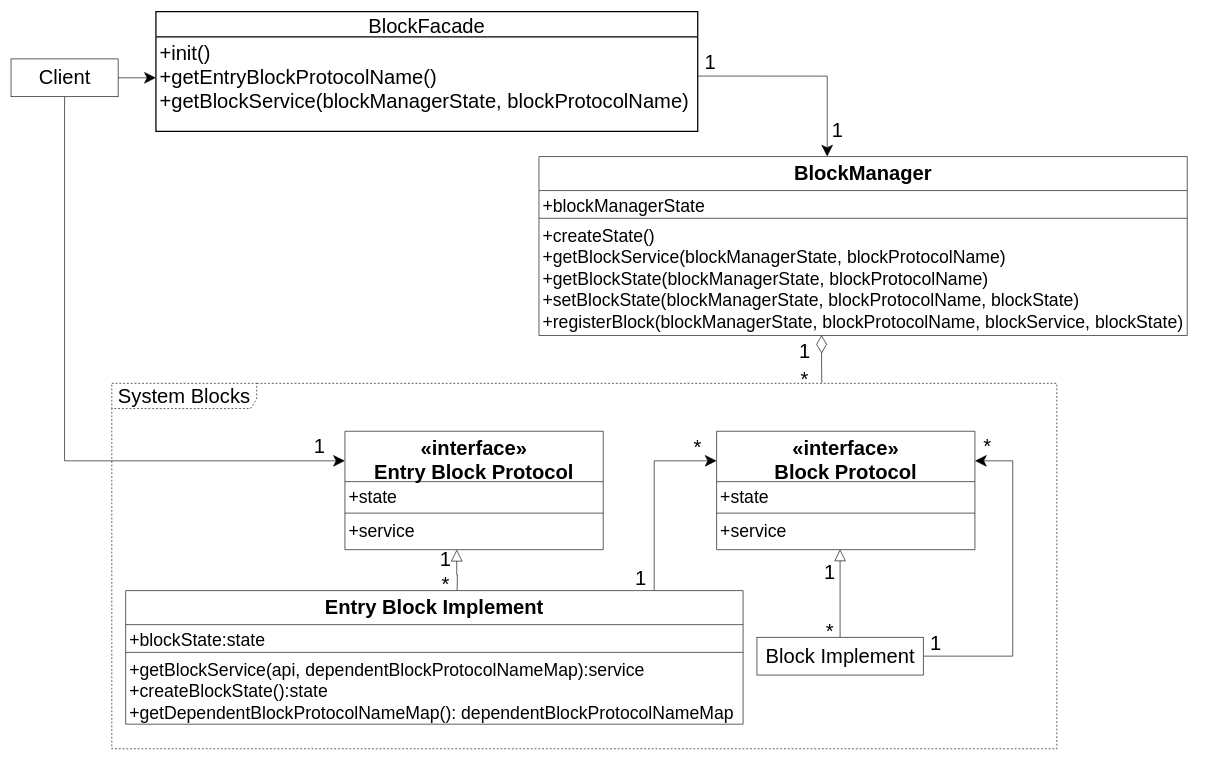
Above: packages/积木模式/role_abstract/UML.drawio in yyc-git/3DProgramPattern (draw.io), before the change. Source tidied: cells renumbered, new cells numbered last; positions are measured from the earlier drawing's top-left corner, leaving out a move shared by most shapes. Both pictures are drawn from the tidied source at 63%, with x=0, y=0 at pixel (11, 11).
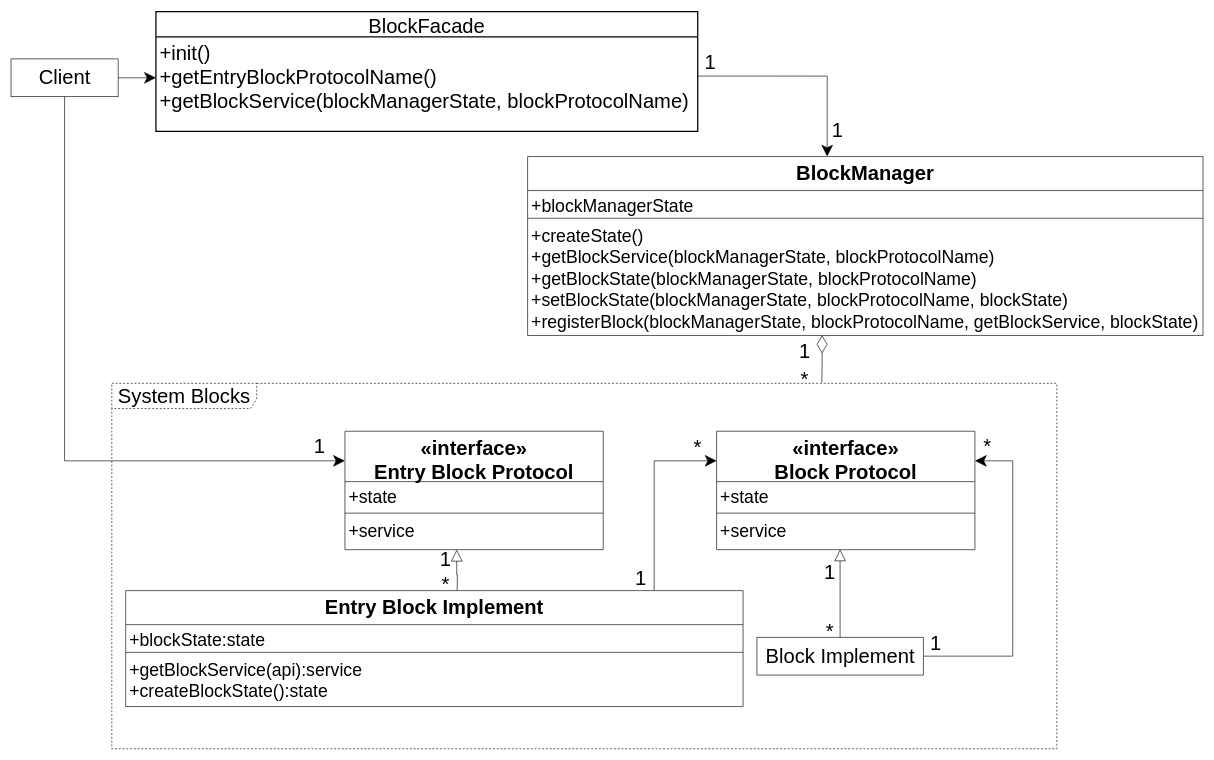
The same page after the edit.

Change to the diagram source:
```diff
@@
     <mxCell id="33" value="Entry Block Implement" style="swimlane;fontStyle=1;align=center;verticalAlign=top;horizontal=1;startSize=54;fontSize=32;" parent="1" vertex="1">
-      <mxGeometry x="182" y="919" width="980" height="212" as="geometry" />
+      <mxGeometry x="182" y="919" width="980" height="184" as="geometry" />
     </mxCell>
@@
-    <mxCell id="36" value="+getBlockService(api, dependentBlockProtocolNameMap):service&#10;+createBlockState():state&#10;+getDependentBlockProtocolNameMap(): dependentBlockProtocolNameMap" style="text;strokeColor=none;fillColor=none;align=left;verticalAlign=top;spacingLeft=4;spacingRight=4;overflow=hidden;fontSize=28;" parent="33" vertex="1">
-      <mxGeometry y="102" width="980" height="110" as="geometry" />
+    <mxCell id="36" value="+getBlockService(api):service&#10;+createBlockState():state&#10;" style="text;strokeColor=none;fillColor=none;align=left;verticalAlign=top;spacingLeft=4;spacingRight=4;overflow=hidden;fontSize=28;" parent="33" vertex="1">
+      <mxGeometry y="102" width="980" height="82" as="geometry" />
     </mxCell>
     <mxCell id="37" value="BlockManager" style="swimlane;fontStyle=1;align=center;verticalAlign=top;horizontal=1;startSize=54;fontSize=32;" parent="1" vertex="1">
-      <mxGeometry x="838" y="230" width="1029" height="284" as="geometry" />
+      <mxGeometry x="820" y="230" width="1072" height="284" as="geometry" />
     </mxCell>
     <mxCell id="38" value="+blockManagerState" style="text;strokeColor=none;fillColor=none;align=left;verticalAlign=top;spacingLeft=4;spacingRight=4;overflow=hidden;fontSize=28;" parent="37" vertex="1">
-      <mxGeometry y="54" width="1029" height="40" as="geometry" />
+      <mxGeometry y="54" width="1072" height="40" as="geometry" />
     </mxCell>
     <mxCell id="39" style="line;strokeWidth=1;fillColor=none;align=left;verticalAlign=middle;spacingTop=-1;spacingLeft=3;spacingRight=3;labelPosition=right;" parent="37" vertex="1">
-      <mxGeometry y="94" width="1029" height="8" as="geometry" />
+      <mxGeometry y="94" width="1072" height="8" as="geometry" />
     </mxCell>
-    <mxCell id="40" value="+createState()&#10;+getBlockService(blockManagerState, blockProtocolName)&#10;+getBlockState(blockManagerState, blockProtocolName)&#10;+setBlockState(blockManagerState, blockProtocolName, blockState)&#10;+registerBlock(blockManagerState, blockProtocolName, blockService, blockState)" style="text;strokeColor=none;fillColor=none;align=left;verticalAlign=top;spacingLeft=4;spacingRight=4;overflow=hidden;points=[[0,0.5],[1,0.5]];portConstraint=eastwest;fontSize=28;" parent="37" vertex="1">
-      <mxGeometry y="102" width="1029" height="182" as="geometry" />
+    <mxCell id="40" value="+createState()&#10;+getBlockService(blockManagerState, blockProtocolName)&#10;+getBlockState(blockManagerState, blockProtocolName)&#10;+setBlockState(blockManagerState, blockProtocolName, blockState)&#10;+registerBlock(blockManagerState, blockProtocolName, getBlockService, blockState)" style="text;strokeColor=none;fillColor=none;align=left;verticalAlign=top;spacingLeft=4;spacingRight=4;overflow=hidden;points=[[0,0.5],[1,0.5]];portConstraint=eastwest;fontSize=28;" parent="37" vertex="1">
+      <mxGeometry y="102" width="1072" height="182" as="geometry" />
     </mxCell>
```
